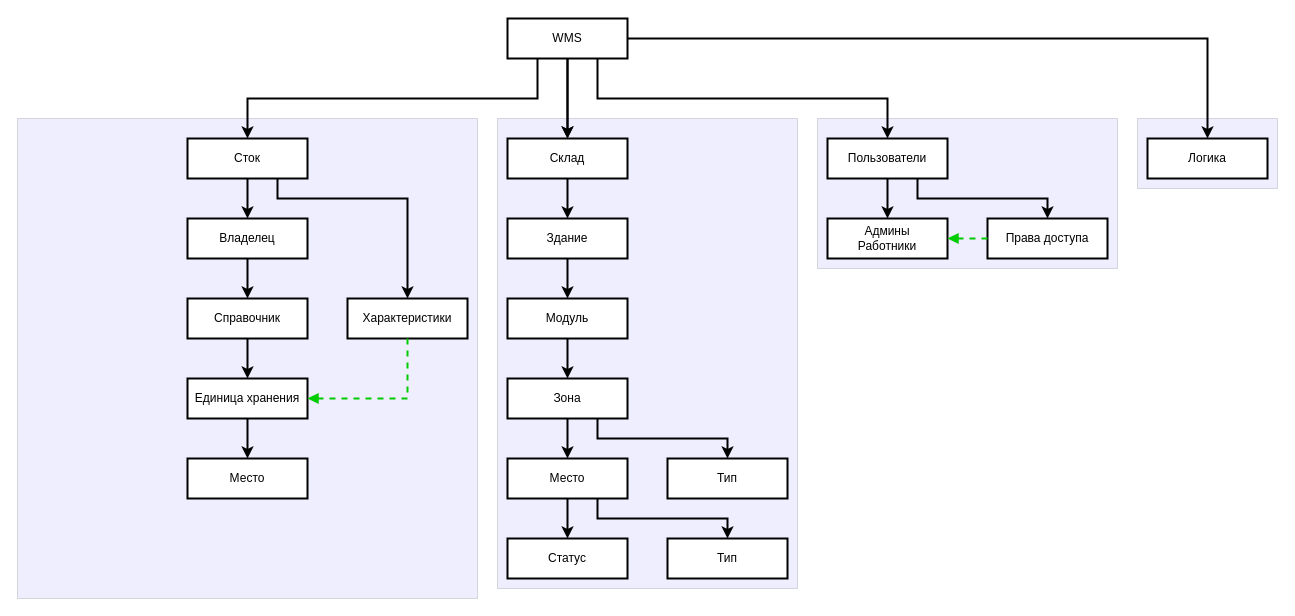
Earlier version of the draw.io diagram 1.drawio (denamed/HutWMS). Source tidied: cells renumbered, new cells numbered last; positions are measured from the earlier drawing's top-left corner, leaving out a move shared by most shapes. Both pictures are drawn from the tidied source at 100%, with x=0, y=0 at pixel (17, 18).
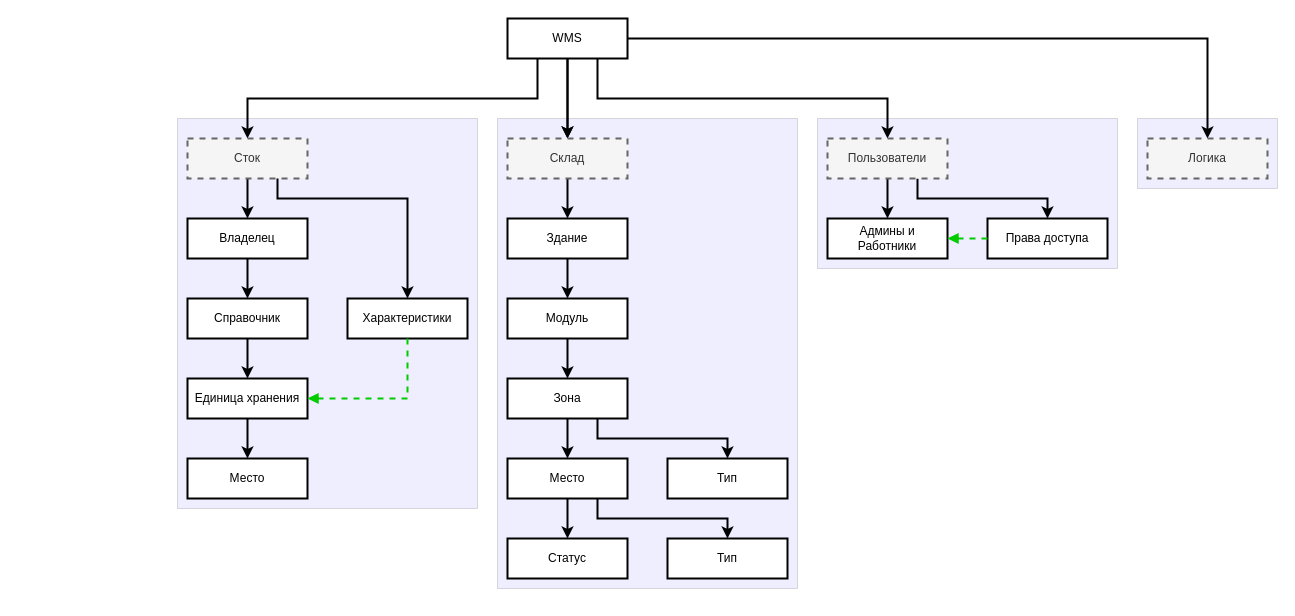
The same page after the edit.

Diff of the diagram source:
```diff
@@
     <mxCell id="3" style="rounded=0;whiteSpace=wrap;html=1;fillColor=#CCCCFF;strokeWidth=1;strokeColor=#909099;opacity=33;" parent="1" vertex="1">
-      <mxGeometry y="100" width="460" height="480" as="geometry" />
+      <mxGeometry x="160" y="100" width="300" height="390" as="geometry" />
     </mxCell>
@@
-    <mxCell id="13" value="Склад" style="rounded=0;whiteSpace=wrap;html=1;strokeWidth=2;" parent="1" vertex="1">
+    <mxCell id="13" value="Склад" style="rounded=0;whiteSpace=wrap;html=1;strokeWidth=2;fillColor=#f5f5f5;fontColor=#333333;strokeColor=#666666;dashed=1;" parent="1" vertex="1">
       <mxGeometry x="490" y="120" width="120" height="40" as="geometry" />
     </mxCell>
@@
-    <mxCell id="15" value="Сток" style="rounded=0;whiteSpace=wrap;html=1;strokeWidth=2;" parent="1" vertex="1">
+    <mxCell id="15" value="Сток" style="rounded=0;whiteSpace=wrap;html=1;strokeWidth=2;fillColor=#f5f5f5;fontColor=#333333;strokeColor=#666666;dashed=1;" parent="1" vertex="1">
       <mxGeometry x="170" y="120" width="120" height="40" as="geometry" />
     </mxCell>
@@
-    <mxCell id="18" value="Пользователи" style="rounded=0;whiteSpace=wrap;html=1;strokeWidth=2;" parent="1" vertex="1">
+    <mxCell id="18" value="Пользователи" style="rounded=0;whiteSpace=wrap;html=1;strokeWidth=2;fillColor=#f5f5f5;fontColor=#333333;strokeColor=#666666;dashed=1;" parent="1" vertex="1">
       <mxGeometry x="810" y="120" width="120" height="40" as="geometry" />
     </mxCell>
@@
-    <mxCell id="29" value="Админы&lt;br&gt;Работники" style="rounded=0;whiteSpace=wrap;html=1;strokeWidth=2;" parent="1" vertex="1">
+    <mxCell id="29" value="Админы и&lt;br&gt;Работники" style="rounded=0;whiteSpace=wrap;html=1;strokeWidth=2;" parent="1" vertex="1">
       <mxGeometry x="810" y="200" width="120" height="40" as="geometry" />
     </mxCell>
@@
-    <mxCell id="45" value="Логика" style="rounded=0;whiteSpace=wrap;html=1;strokeWidth=2;" parent="1" vertex="1">
+    <mxCell id="45" value="Логика" style="rounded=0;whiteSpace=wrap;html=1;strokeWidth=2;fillColor=#f5f5f5;fontColor=#333333;strokeColor=#666666;dashed=1;" parent="1" vertex="1">
       <mxGeometry x="1130" y="120" width="120" height="40" as="geometry" />
     </mxCell>
```
